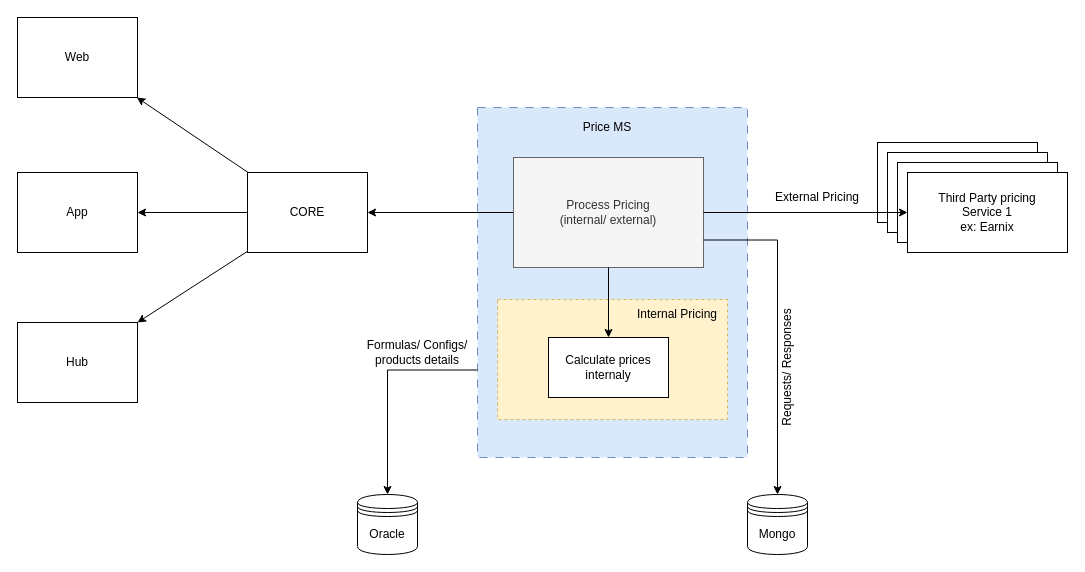
Earlier version of the draw.io diagram Price MS Architecture.drawio (amilasilva7/Designing-Repo). Source tidied: cells renumbered, new cells numbered last; positions are measured from the earlier drawing's top-left corner, leaving out a move shared by most shapes. Both pictures are drawn from the tidied source at 100%, with x=0, y=0 at pixel (17, 17).
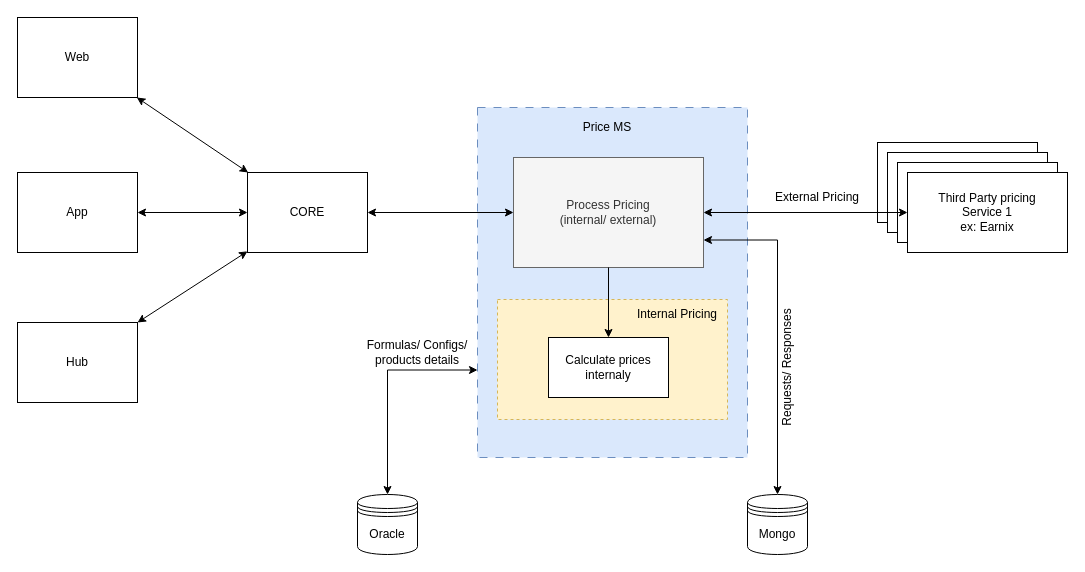
After the change.

The change refers to these unchanged cells:
```xml
<mxCell id="6" style="rounded=0;whiteSpace=wrap;html=1;" parent="2" vertex="1">
  <mxGeometry x="30" y="30" width="160" height="80" as="geometry" />
</mxCell>
<mxCell id="8" style="rounded=0;whiteSpace=wrap;html=1;dashed=1;dashPattern=8 8;fillColor=#dae8fc;strokeColor=#6c8ebf;" parent="1" vertex="1">
  <mxGeometry x="460" y="90" width="270" height="350" as="geometry" />
</mxCell>
<mxCell id="11" value="Process Pricing &lt;br&gt;(internal/ external)" style="rounded=0;whiteSpace=wrap;html=1;fillColor=#f5f5f5;strokeColor=#666666;fontColor=#333333;" parent="1" vertex="1">
  <mxGeometry x="496" y="140" width="190" height="110" as="geometry" />
</mxCell>
<mxCell id="19" value="CORE" style="rounded=0;whiteSpace=wrap;html=1;" parent="1" vertex="1">
  <mxGeometry x="230" y="155" width="120" height="80" as="geometry" />
</mxCell>
<mxCell id="20" value="Web" style="rounded=0;whiteSpace=wrap;html=1;" parent="1" vertex="1">
  <mxGeometry width="120" height="80" as="geometry" />
</mxCell>
<mxCell id="21" value="App" style="rounded=0;whiteSpace=wrap;html=1;" parent="1" vertex="1">
  <mxGeometry y="155" width="120" height="80" as="geometry" />
</mxCell>
<mxCell id="22" value="Hub" style="rounded=0;whiteSpace=wrap;html=1;" parent="1" vertex="1">
  <mxGeometry y="305" width="120" height="80" as="geometry" />
</mxCell>
<mxCell id="23" value="Mongo" style="shape=datastore;whiteSpace=wrap;html=1;" parent="1" vertex="1">
  <mxGeometry x="730" y="477" width="60" height="60" as="geometry" />
</mxCell>
<mxCell id="24" value="Oracle" style="shape=datastore;whiteSpace=wrap;html=1;" parent="1" vertex="1">
  <mxGeometry x="340" y="477" width="60" height="60" as="geometry" />
</mxCell>
```

What changed in the source:
```diff
@@
-    <mxCell id="10" style="edgeStyle=orthogonalEdgeStyle;rounded=0;jettySize=auto;html=1;" parent="1" edge="1" source="11" target="19">
+    <mxCell id="10" style="edgeStyle=orthogonalEdgeStyle;rounded=0;jettySize=auto;html=1;startArrow=classic;startFill=1;" parent="1" edge="1" source="11" target="19">
       <mxGeometry relative="1" as="geometry" />
     </mxCell>
@@
-    <mxCell id="12" style="rounded=0;jettySize=auto;html=1;edgeStyle=orthogonalEdgeStyle;exitX=0;exitY=0.75;exitDx=0;exitDy=0;" parent="1" edge="1" source="8" target="24">
+    <mxCell id="12" style="rounded=0;jettySize=auto;html=1;edgeStyle=orthogonalEdgeStyle;exitX=0;exitY=0.75;exitDx=0;exitDy=0;startArrow=classic;startFill=1;" parent="1" edge="1" source="8" target="24">
       <mxGeometry relative="1" as="geometry">
         <Array as="points">
           <mxPoint x="370" y="353" />
         </Array>
       </mxGeometry>
     </mxCell>
@@
-    <mxCell id="15" style="edgeStyle=orthogonalEdgeStyle;rounded=0;jettySize=auto;html=1;startArrow=classic;startFill=1;endArrow=none;endFill=0;entryX=1;entryY=0.5;entryDx=0;entryDy=0;exitX=0;exitY=0.5;exitDx=0;exitDy=0;" parent="1" edge="1" source="6" target="11">
+    <mxCell id="15" style="edgeStyle=orthogonalEdgeStyle;rounded=0;jettySize=auto;html=1;startArrow=classic;startFill=1;endArrow=classic;endFill=1;entryX=1;entryY=0.5;entryDx=0;entryDy=0;exitX=0;exitY=0.5;exitDx=0;exitDy=0;" parent="1" edge="1" source="6" target="11">
       <mxGeometry relative="1" as="geometry" />
     </mxCell>
-    <mxCell id="16" style="rounded=0;jettySize=auto;html=1;" parent="1" edge="1" source="19" target="20">
+    <mxCell id="16" style="rounded=0;jettySize=auto;html=1;endArrow=classic;endFill=1;startArrow=classic;startFill=1;" parent="1" edge="1" source="19" target="20">
       <mxGeometry relative="1" as="geometry" />
     </mxCell>
-    <mxCell id="17" style="rounded=0;jettySize=auto;html=1;entryX=1;entryY=0;entryDx=0;entryDy=0;" parent="1" edge="1" source="19" target="22">
+    <mxCell id="17" style="rounded=0;jettySize=auto;html=1;entryX=1;entryY=0;entryDx=0;entryDy=0;endArrow=classic;endFill=1;startArrow=classic;startFill=1;" parent="1" edge="1" source="19" target="22">
       <mxGeometry relative="1" as="geometry" />
     </mxCell>
-    <mxCell id="18" style="edgeStyle=orthogonalEdgeStyle;rounded=0;jettySize=auto;html=1;entryX=1;entryY=0.5;entryDx=0;entryDy=0;" parent="1" edge="1" source="19" target="21">
+    <mxCell id="18" style="edgeStyle=orthogonalEdgeStyle;rounded=0;jettySize=auto;html=1;entryX=1;entryY=0.5;entryDx=0;entryDy=0;startArrow=classic;startFill=1;endArrow=classic;endFill=1;" parent="1" edge="1" source="19" target="21">
       <mxGeometry relative="1" as="geometry" />
     </mxCell>
@@
-    <mxCell id="28" style="edgeStyle=orthogonalEdgeStyle;rounded=0;jettySize=auto;html=1;entryX=0.5;entryY=0;entryDx=0;entryDy=0;exitX=1;exitY=0.75;exitDx=0;exitDy=0;" parent="1" edge="1" source="11" target="23">
+    <mxCell id="28" style="edgeStyle=orthogonalEdgeStyle;rounded=0;jettySize=auto;html=1;entryX=0.5;entryY=0;entryDx=0;entryDy=0;exitX=1;exitY=0.75;exitDx=0;exitDy=0;startArrow=classic;startFill=1;" parent="1" edge="1" source="11" target="23">
       <mxGeometry relative="1" as="geometry">
         <Array as="points">
           <mxPoint x="760" y="223" />
         </Array>
       </mxGeometry>
     </mxCell>
```
